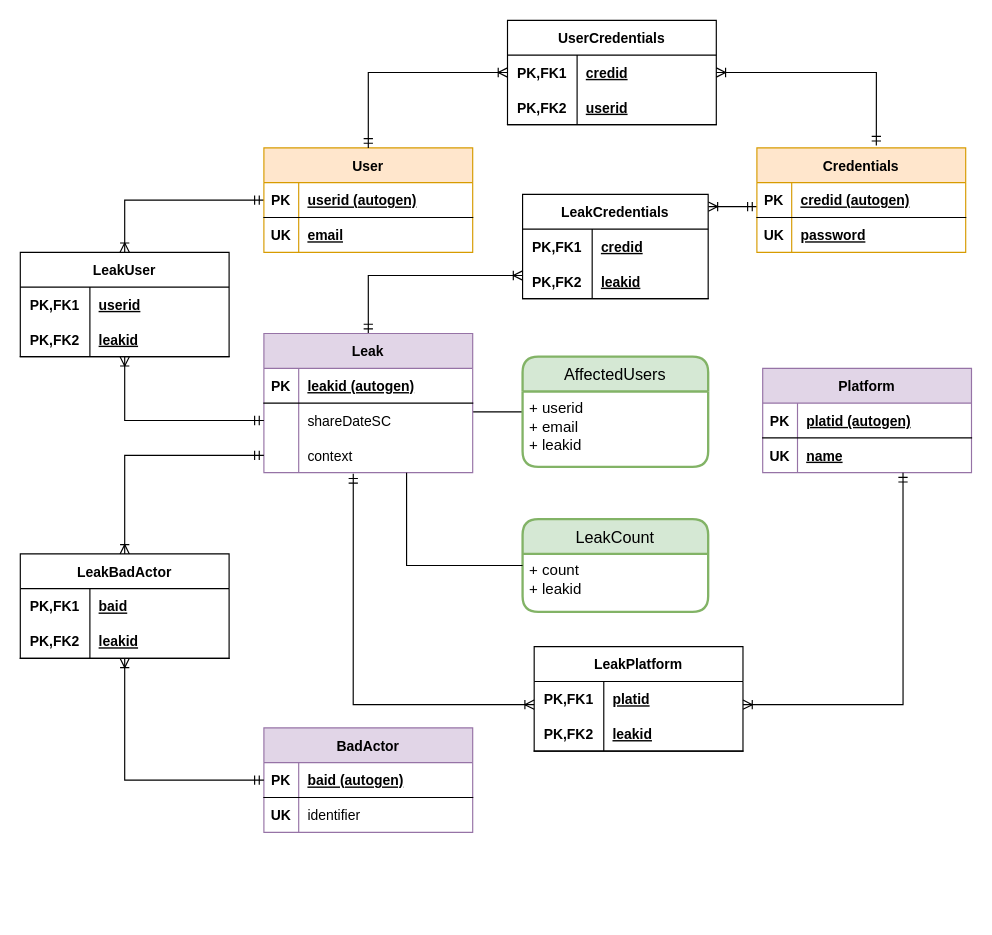
This is core/src/002-data-model.drawio from palavrapasse/docs, a draw.io file, before an edit. Source tidied: cells renumbered, new cells numbered last; positions are measured from the earlier drawing's top-left corner, leaving out a move shared by most shapes. Both pictures are drawn from the tidied source at 116%, with x=0, y=0 at pixel (20, 20).
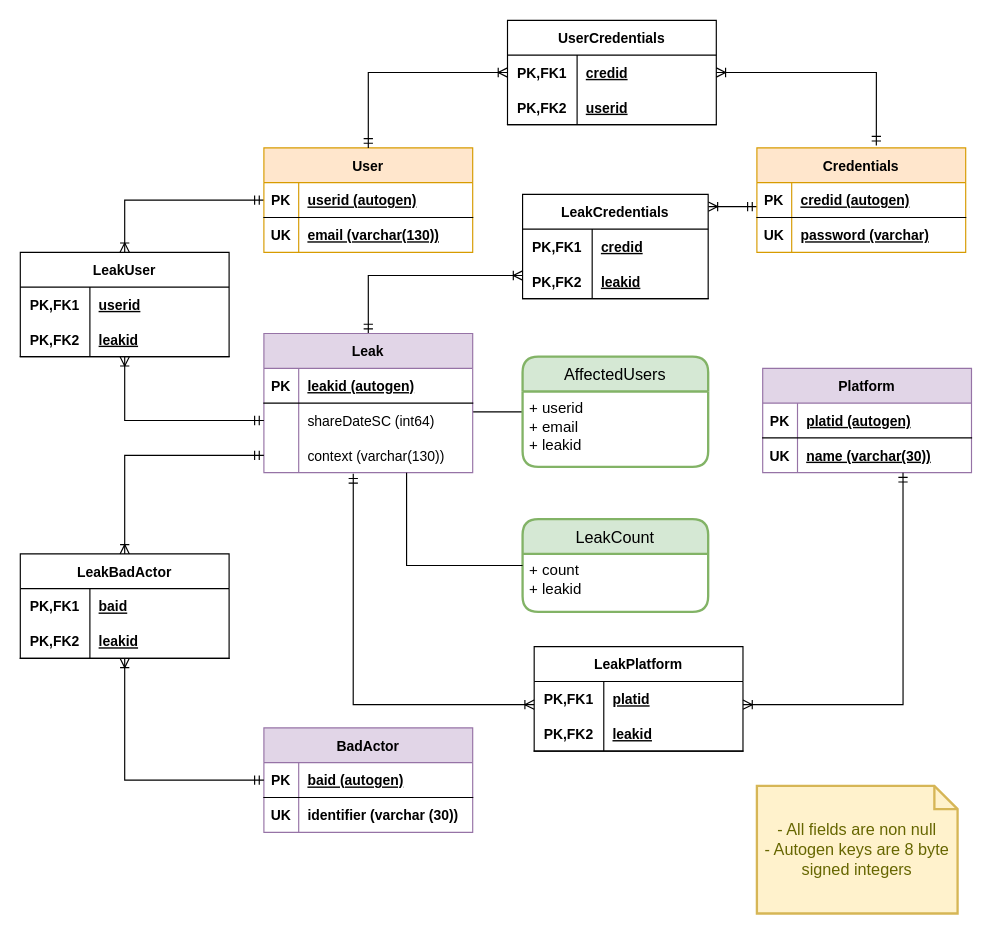
Above is the later version.

Commit message (it also covers changes not shown here):
include fields types in data model relationship diagram

The change refers to these unchanged cells:
```xml
<mxCell id="14" style="shape=tableRow;horizontal=0;startSize=0;swimlaneHead=0;swimlaneBody=0;fillColor=none;top=0;left=0;right=0;bottom=0;" parent="10" vertex="1">
  <mxGeometry y="60" width="180" height="30" as="geometry" />
</mxCell>
<mxCell id="23" style="shape=tableRow;horizontal=0;startSize=0;swimlaneHead=0;swimlaneBody=0;fillColor=none;points=[[0,0.5],[1,0.5]];portConstraint=eastwest;top=0;left=0;right=0;bottom=0;" parent="19" vertex="1">
  <mxGeometry y="60" width="180" height="30" as="geometry" />
</mxCell>
<mxCell id="26" style="shape=tableRow;horizontal=0;startSize=0;swimlaneHead=0;swimlaneBody=0;fillColor=none;points=[[0,0.5],[1,0.5]];portConstraint=eastwest;top=0;left=0;right=0;bottom=0;" parent="19" vertex="1">
  <mxGeometry y="90" width="180" height="30" as="geometry" />
</mxCell>
<mxCell id="42" style="shape=tableRow;horizontal=0;startSize=0;swimlaneHead=0;swimlaneBody=0;fillColor=none;top=0;left=0;right=0;bottom=0;" parent="38" vertex="1">
  <mxGeometry y="60" width="180" height="30" as="geometry" />
</mxCell>
<mxCell id="49" style="shape=tableRow;horizontal=0;startSize=0;swimlaneHead=0;swimlaneBody=0;fillColor=none;points=[[0,0.5],[1,0.5]];portConstraint=eastwest;top=0;left=0;right=0;bottom=0;" parent="45" vertex="1">
  <mxGeometry y="60" width="180" height="30" as="geometry" />
</mxCell>
<mxCell id="63" style="shape=tableRow;horizontal=0;startSize=0;swimlaneHead=0;swimlaneBody=0;fillColor=none;top=0;left=0;right=0;bottom=0;" parent="59" vertex="1">
  <mxGeometry y="60" width="180" height="30" as="geometry" />
</mxCell>
```

Change to the diagram source:
```diff
@@
-    <mxCell id="16" value="password" style="shape=partialRectangle;fillColor=none;top=0;left=0;bottom=0;right=0;align=left;spacingLeft=6;overflow=hidden;fontStyle=5;" parent="14" vertex="1">
+    <mxCell id="16" value="password (varchar)" style="shape=partialRectangle;fillColor=none;top=0;left=0;bottom=0;right=0;align=left;spacingLeft=6;overflow=hidden;fontStyle=5;" parent="14" vertex="1">
       <mxGeometry x="30" width="150" height="30" as="geometry" />
     </mxCell>
@@
-    <mxCell id="25" value="shareDateSC" style="shape=partialRectangle;fillColor=none;top=0;left=0;bottom=0;right=0;align=left;spacingLeft=6;overflow=hidden;" parent="23" vertex="1">
+    <mxCell id="25" value="shareDateSC (int64)" style="shape=partialRectangle;fillColor=none;top=0;left=0;bottom=0;right=0;align=left;spacingLeft=6;overflow=hidden;" parent="23" vertex="1">
       <mxGeometry x="30" width="150" height="30" as="geometry" />
     </mxCell>
@@
-    <mxCell id="28" value="context" style="shape=partialRectangle;fillColor=none;top=0;left=0;bottom=0;right=0;align=left;spacingLeft=6;overflow=hidden;" parent="26" vertex="1">
+    <mxCell id="28" value="context (varchar(130))" style="shape=partialRectangle;fillColor=none;top=0;left=0;bottom=0;right=0;align=left;spacingLeft=6;overflow=hidden;" parent="26" vertex="1">
       <mxGeometry x="30" width="150" height="30" as="geometry" />
     </mxCell>
@@
-    <mxCell id="44" value="email" style="shape=partialRectangle;fillColor=none;top=0;left=0;bottom=0;right=0;align=left;spacingLeft=6;overflow=hidden;fontStyle=5;" parent="42" vertex="1">
+    <mxCell id="44" value="email (varchar(130))" style="shape=partialRectangle;fillColor=none;top=0;left=0;bottom=0;right=0;align=left;spacingLeft=6;overflow=hidden;fontStyle=5;" parent="42" vertex="1">
       <mxGeometry x="30" width="150" height="30" as="geometry" />
     </mxCell>
@@
-    <mxCell id="51" value="name" style="shape=partialRectangle;fillColor=none;top=0;left=0;bottom=0;right=0;align=left;spacingLeft=6;overflow=hidden;fontStyle=5;" parent="49" vertex="1">
+    <mxCell id="51" value="name (varchar(30))" style="shape=partialRectangle;fillColor=none;top=0;left=0;bottom=0;right=0;align=left;spacingLeft=6;overflow=hidden;fontStyle=5;" parent="49" vertex="1">
       <mxGeometry x="30" width="150" height="30" as="geometry" />
     </mxCell>
@@
-    <mxCell id="65" value="identifier" style="shape=partialRectangle;fillColor=none;top=0;left=0;bottom=0;right=0;align=left;spacingLeft=6;overflow=hidden;" parent="63" vertex="1">
+    <mxCell id="65" value="identifier (varchar (30))" style="shape=partialRectangle;fillColor=none;top=0;left=0;bottom=0;right=0;align=left;spacingLeft=6;overflow=hidden;fontStyle=1;" parent="63" vertex="1">
       <mxGeometry x="30" width="150" height="30" as="geometry" />
     </mxCell>
@@
+    <mxCell id="91" value="- All fields are non null&lt;br&gt;- Autogen keys are 8 byte signed integers" style="shape=note;strokeWidth=2;fontSize=14;size=20;whiteSpace=wrap;html=1;fillColor=#fff2cc;strokeColor=#d6b656;fontColor=#666600;" parent="1" vertex="1">
+      <mxGeometry x="635" y="660" width="173" height="110" as="geometry" />
+    </mxCell>
```
